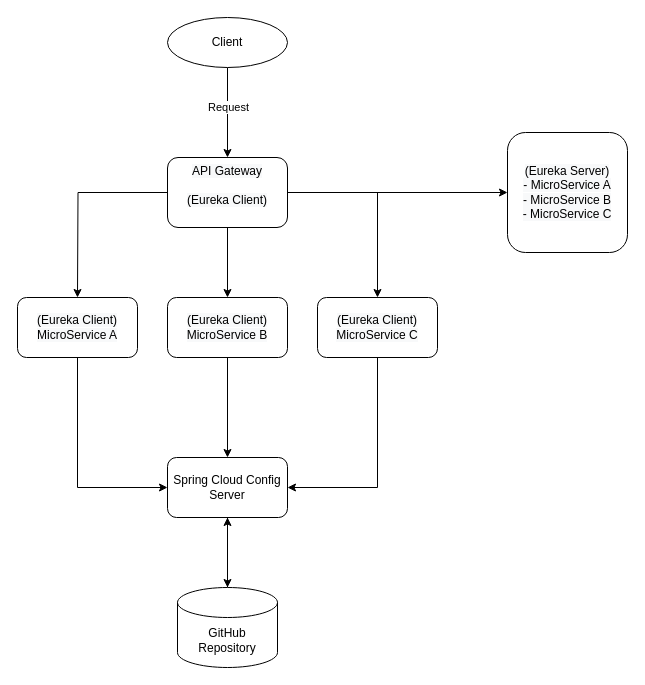
The draw.io diagram Untitled Diagram.drawio in gitSaein/SpringCloudMsaSample, before the edit. Source tidied: cells renumbered, new cells numbered last; positions are measured from the earlier drawing's top-left corner, leaving out a move shared by most shapes. Both pictures are drawn from the tidied source at 100%, with x=0, y=0 at pixel (17, 17).
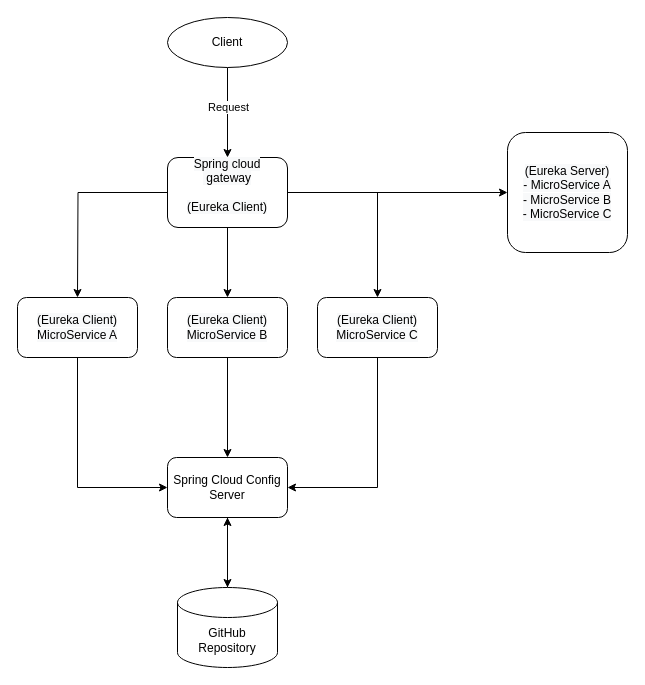
Above is the later version.

Commit message:
Spring cloud gateway

The edit, as a diff of the source:
```diff
@@
-    <mxCell id="11" value="&lt;span style=&quot;color: rgb(0 , 0 , 0) ; font-family: &amp;#34;helvetica&amp;#34; ; font-size: 12px ; font-style: normal ; font-weight: 400 ; letter-spacing: normal ; text-align: center ; text-indent: 0px ; text-transform: none ; word-spacing: 0px ; background-color: rgb(248 , 249 , 250) ; display: inline ; float: none&quot;&gt;API Gateway&lt;br&gt;&lt;br&gt;(Eureka Client)&lt;br&gt;&lt;br&gt;&lt;/span&gt;" style="rounded=1;whiteSpace=wrap;html=1;" parent="1" vertex="1">
+    <mxCell id="11" value="&lt;span style=&quot;color: rgb(0 , 0 , 0) ; font-family: &amp;#34;helvetica&amp;#34; ; font-size: 12px ; font-style: normal ; font-weight: 400 ; letter-spacing: normal ; text-align: center ; text-indent: 0px ; text-transform: none ; word-spacing: 0px ; background-color: rgb(248 , 249 , 250) ; display: inline ; float: none&quot;&gt;Spring cloud &amp;nbsp;gateway&lt;br&gt;&lt;br&gt;(Eureka Client)&lt;br&gt;&lt;br&gt;&lt;/span&gt;" style="rounded=1;whiteSpace=wrap;html=1;" parent="1" vertex="1">
       <mxGeometry x="150" y="140" width="120" height="70" as="geometry" />
     </mxCell>
```
